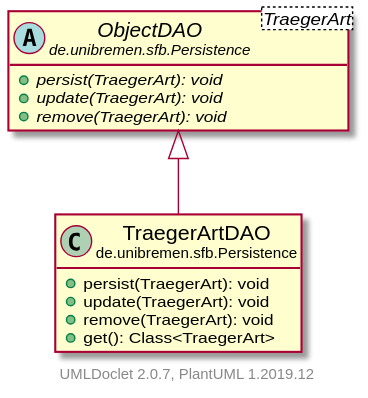
The PlantUML diagram doc/UML/modulsichtSVG/TraegerArtDAO.svg in fkehlenb/softwareprojekt-2, before a commit.
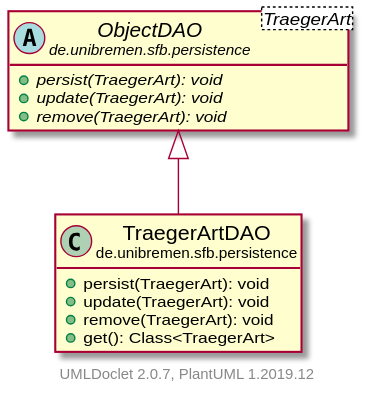
The same file after the commit.

The edit, as a diff of the source:
```diff
@@ -3,20 +3,20 @@
     hide empty fields
     hide empty methods
 
-    class "<size:14>TraegerArtDAO\n<size:10>de.unibremen.sfb.Persistence" as de.unibremen.sfb.Persistence.TraegerArtDAO [[TraegerArtDAO.html]] {
+    class "<size:14>TraegerArtDAO\n<size:10>de.unibremen.sfb.persistence" as de.unibremen.sfb.persistence.TraegerArtDAO [[TraegerArtDAO.html]] {
         +persist(TraegerArt): void
         +update(TraegerArt): void
         +remove(TraegerArt): void
         +get(): Class<TraegerArt>
     }
 
-    abstract class "<size:14>ObjectDAO\n<size:10>de.unibremen.sfb.Persistence" as de.unibremen.sfb.Persistence.ObjectDAO<TraegerArt> [[ObjectDAO.html]] {
+    abstract class "<size:14>ObjectDAO\n<size:10>de.unibremen.sfb.persistence" as de.unibremen.sfb.persistence.ObjectDAO<TraegerArt> [[ObjectDAO.html]] {
         {abstract} +persist(TraegerArt): void
         {abstract} +update(TraegerArt): void
         {abstract} +remove(TraegerArt): void
     }
 
-    de.unibremen.sfb.Persistence.ObjectDAO <|-- de.unibremen.sfb.Persistence.TraegerArtDAO
+    de.unibremen.sfb.persistence.ObjectDAO <|-- de.unibremen.sfb.persistence.TraegerArtDAO
 
     center footer UMLDoclet 2.0.7, PlantUML 1.2019.12
 @enduml
```
